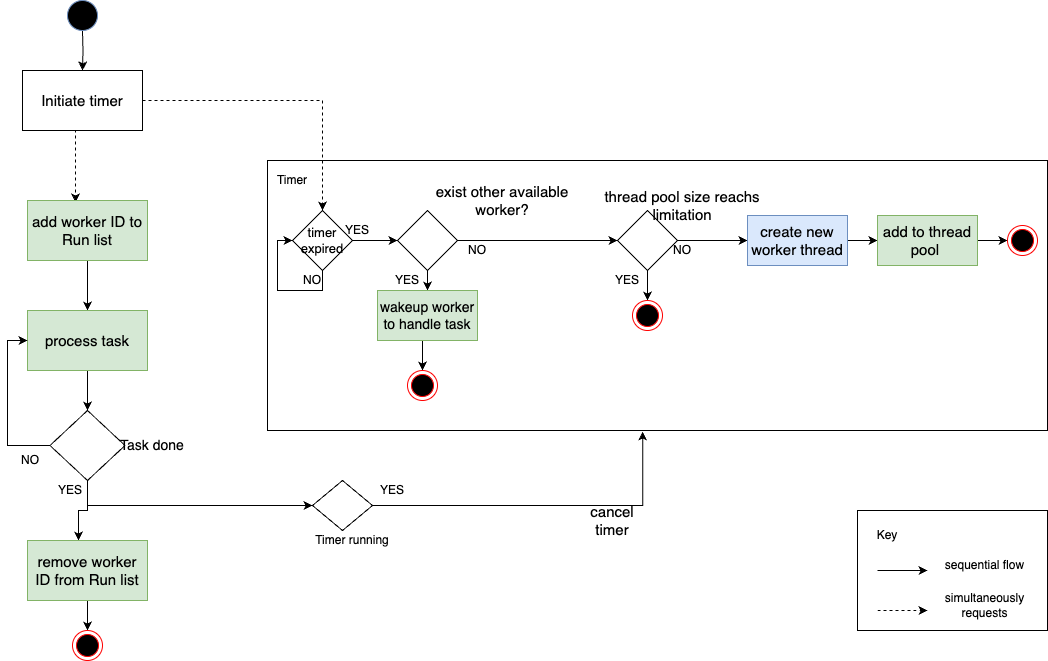
This is doc/SA cert/Design/figures/performance/performance-dl_handletask.drawio.png from taikt/codefun, a draw.io export, as it was before one commit. Source tidied: cells renumbered, new cells last; positions are measured from the earlier drawing's top-left corner, leaving out a move shared by most shapes.
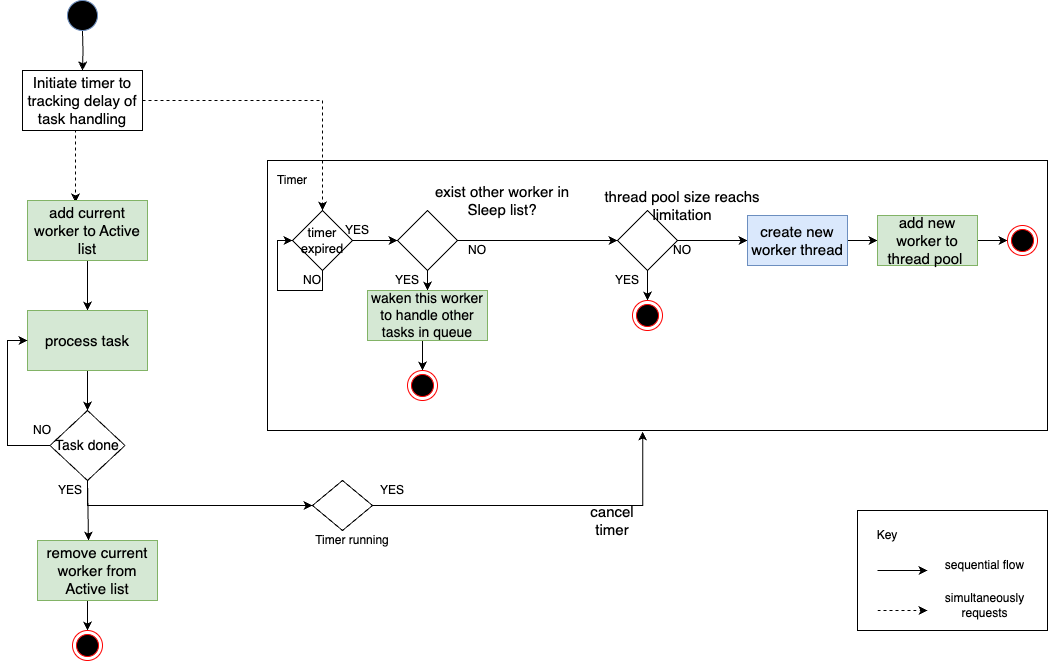
After the change.

What changed in the source:
```diff
@@ -17,13 +17,13 @@
     <mxCell id="4" style="edgeStyle=orthogonalEdgeStyle;rounded=0;jettySize=auto;html=1;exitX=1;exitY=0.5;exitDx=0;exitDy=0;entryX=0.5;entryY=0;entryDx=0;entryDy=0;dashed=1;" parent="1" edge="1" source="5" target="13">
       <mxGeometry relative="1" as="geometry" />
     </mxCell>
-    <mxCell id="5" value="&lt;font style=&quot;font-size: 15px;&quot;&gt;Initiate timer&lt;/font&gt;" style="rounded=0;whiteSpace=wrap;html=1;" parent="1" vertex="1">
+    <mxCell id="5" value="&lt;font style=&quot;font-size: 15px;&quot;&gt;Initiate timer to tracking delay of task handling&lt;/font&gt;" style="rounded=0;whiteSpace=wrap;html=1;" parent="1" vertex="1">
       <mxGeometry x="13" y="70" width="120" height="60" as="geometry" />
     </mxCell>
     <mxCell id="6" style="edgeStyle=orthogonalEdgeStyle;rounded=0;jettySize=auto;html=1;exitX=0.5;exitY=1;exitDx=0;exitDy=0;" parent="1" edge="1" source="7" target="9">
       <mxGeometry relative="1" as="geometry" />
     </mxCell>
-    <mxCell id="7" value="&lt;font style=&quot;font-size: 15px;&quot;&gt;add worker ID to Run list&lt;/font&gt;" style="rounded=0;whiteSpace=wrap;html=1;fillColor=#d5e8d4;strokeColor=#82b366;" parent="1" vertex="1">
+    <mxCell id="7" value="&lt;font style=&quot;font-size: 15px;&quot;&gt;add current worker to Active list&lt;/font&gt;" style="rounded=0;whiteSpace=wrap;html=1;fillColor=#d5e8d4;strokeColor=#82b366;" parent="1" vertex="1">
       <mxGeometry x="18" y="200" width="120" height="60" as="geometry" />
     </mxCell>
     <mxCell id="8" style="edgeStyle=orthogonalEdgeStyle;rounded=0;jettySize=auto;html=1;exitX=0.5;exitY=1;exitDx=0;exitDy=0;entryX=0.5;entryY=0;entryDx=0;entryDy=0;" parent="1" edge="1" source="9" target="17">
@@ -48,7 +48,11 @@
       <mxGeometry relative="1" as="geometry" />
     </mxCell>
     <mxCell id="15" style="edgeStyle=orthogonalEdgeStyle;rounded=0;jettySize=auto;html=1;exitX=0.5;exitY=1;exitDx=0;exitDy=0;entryX=0.425;entryY=0;entryDx=0;entryDy=0;entryPerimeter=0;" parent="1" edge="1" source="17" target="23">
-      <mxGeometry relative="1" as="geometry" />
+      <mxGeometry relative="1" as="geometry">
+        <Array as="points">
+          <mxPoint x="78" y="540" />
+        </Array>
+      </mxGeometry>
     </mxCell>
     <mxCell id="16" style="edgeStyle=orthogonalEdgeStyle;rounded=0;jettySize=auto;html=1;exitX=0.5;exitY=1;exitDx=0;exitDy=0;entryX=0;entryY=0.5;entryDx=0;entryDy=0;" parent="1" edge="1" source="17" target="46">
       <mxGeometry relative="1" as="geometry">
@@ -61,7 +65,7 @@
       <mxGeometry x="40.5" y="410" width="75" height="70" as="geometry" />
     </mxCell>
     <mxCell id="18" value="&lt;font style=&quot;font-size: 14px;&quot;&gt;Task done&lt;/font&gt;" style="text;html=1;strokeColor=none;fillColor=none;align=center;verticalAlign=middle;whiteSpace=wrap;rounded=0;" parent="1" vertex="1">
-      <mxGeometry x="58" y="435" width="170" height="20" as="geometry" />
+      <mxGeometry x="-7" y="435" width="170" height="20" as="geometry" />
     </mxCell>
     <mxCell id="19" value="&lt;font style=&quot;font-size: 15px;&quot;&gt;cancel timer&lt;/font&gt;" style="text;html=1;strokeColor=none;fillColor=none;align=center;verticalAlign=middle;whiteSpace=wrap;rounded=0;" parent="1" vertex="1">
       <mxGeometry x="583" y="510" width="40" height="20" as="geometry" />
@@ -70,15 +74,15 @@
       <mxGeometry x="40.5" y="480" width="40" height="20" as="geometry" />
     </mxCell>
     <mxCell id="21" value="NO" style="text;html=1;strokeColor=none;fillColor=none;align=center;verticalAlign=middle;whiteSpace=wrap;rounded=0;" parent="1" vertex="1">
-      <mxGeometry x="0.5" y="450" width="40" height="20" as="geometry" />
+      <mxGeometry x="13" y="420" width="40" height="20" as="geometry" />
     </mxCell>
     <mxCell id="22" style="edgeStyle=orthogonalEdgeStyle;rounded=0;jettySize=auto;html=1;exitX=0.5;exitY=1;exitDx=0;exitDy=0;entryX=0.5;entryY=0;entryDx=0;entryDy=0;" parent="1" edge="1" source="23">
       <mxGeometry relative="1" as="geometry">
         <mxPoint x="78" y="630" as="targetPoint" />
       </mxGeometry>
     </mxCell>
-    <mxCell id="23" value="&lt;font style=&quot;font-size: 15px;&quot;&gt;remove worker ID from Run list&lt;/font&gt;" style="rounded=0;whiteSpace=wrap;html=1;fillColor=#d5e8d4;strokeColor=#82b366;" parent="1" vertex="1">
-      <mxGeometry x="18" y="540" width="120" height="60" as="geometry" />
+    <mxCell id="23" value="&lt;font style=&quot;font-size: 15px;&quot;&gt;remove current worker from Active list&lt;/font&gt;" style="rounded=0;whiteSpace=wrap;html=1;fillColor=#d5e8d4;strokeColor=#82b366;" parent="1" vertex="1">
+      <mxGeometry x="28" y="540" width="120" height="60" as="geometry" />
     </mxCell>
     <mxCell id="24" style="edgeStyle=orthogonalEdgeStyle;rounded=0;orthogonalLoop=1;jettySize=auto;html=1;exitX=0.5;exitY=1;exitDx=0;exitDy=0;entryX=0;entryY=0.5;entryDx=0;entryDy=0;" parent="1" edge="1" source="13" target="13">
       <mxGeometry relative="1" as="geometry">
@@ -101,7 +105,7 @@
     <mxCell id="28" style="rhombus;whiteSpace=wrap;html=1;" parent="1" vertex="1">
       <mxGeometry x="388" y="210" width="60" height="60" as="geometry" />
     </mxCell>
-    <mxCell id="29" value="&lt;font style=&quot;font-size: 15px;&quot;&gt;exist other available worker?&lt;/font&gt;" style="text;html=1;strokeColor=none;fillColor=none;align=center;verticalAlign=middle;whiteSpace=wrap;rounded=0;" parent="1" vertex="1">
+    <mxCell id="29" value="&lt;font style=&quot;font-size: 15px;&quot;&gt;exist other worker in Sleep list?&lt;/font&gt;" style="text;html=1;strokeColor=none;fillColor=none;align=center;verticalAlign=middle;whiteSpace=wrap;rounded=0;" parent="1" vertex="1">
       <mxGeometry x="408" y="190" width="170" height="20" as="geometry" />
     </mxCell>
     <mxCell id="30" style="edgeStyle=orthogonalEdgeStyle;rounded=0;jettySize=auto;html=1;exitX=0.5;exitY=1;exitDx=0;exitDy=0;entryX=0.5;entryY=0;entryDx=0;entryDy=0;" parent="1" edge="1" source="31">
@@ -109,8 +113,8 @@
         <mxPoint x="413" y="370" as="targetPoint" />
       </mxGeometry>
     </mxCell>
-    <mxCell id="31" value="&lt;font style=&quot;font-size: 14px;&quot;&gt;wakeup worker to handle task&lt;/font&gt;" style="rounded=0;whiteSpace=wrap;html=1;fillColor=#d5e8d4;strokeColor=#82b366;" parent="1" vertex="1">
-      <mxGeometry x="368" y="290" width="100" height="50" as="geometry" />
+    <mxCell id="31" value="&lt;font style=&quot;font-size: 14px;&quot;&gt;waken this worker to handle other tasks in queue&lt;/font&gt;" style="rounded=0;whiteSpace=wrap;html=1;fillColor=#d5e8d4;strokeColor=#82b366;" parent="1" vertex="1">
+      <mxGeometry x="358" y="290" width="120" height="50" as="geometry" />
     </mxCell>
     <mxCell id="32" value="YES" style="text;html=1;strokeColor=none;fillColor=none;align=center;verticalAlign=middle;whiteSpace=wrap;rounded=0;" parent="1" vertex="1">
       <mxGeometry x="328" y="220" width="40" height="20" as="geometry" />
@@ -143,7 +147,7 @@
         <mxPoint x="998" y="240" as="targetPoint" />
       </mxGeometry>
     </mxCell>
-    <mxCell id="41" value="&lt;font style=&quot;font-size: 15px;&quot;&gt;add to thread pool&amp;nbsp;&lt;/font&gt;" style="rounded=0;whiteSpace=wrap;html=1;fillColor=#d5e8d4;strokeColor=#82b366;" parent="1" vertex="1">
+    <mxCell id="41" value="&lt;font style=&quot;font-size: 15px;&quot;&gt;add new worker to thread pool&amp;nbsp;&lt;/font&gt;" style="rounded=0;whiteSpace=wrap;html=1;fillColor=#d5e8d4;strokeColor=#82b366;" parent="1" vertex="1">
       <mxGeometry x="868" y="215" width="100" height="50" as="geometry" />
     </mxCell>
     <mxCell id="42" value="YES" style="text;html=1;strokeColor=none;fillColor=none;align=center;verticalAlign=middle;whiteSpace=wrap;rounded=0;" parent="1" vertex="1">
```
